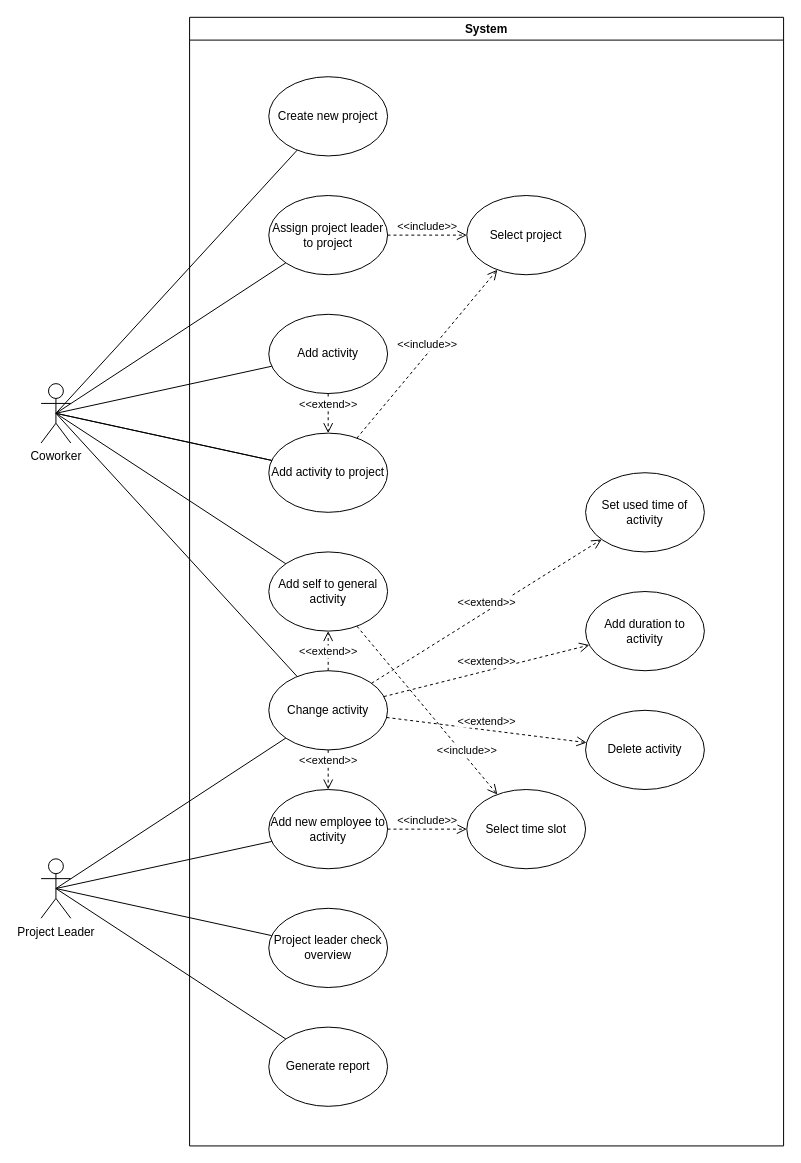
Buildasaurus/02161-Projekt keeps this draw.io diagram as Use cases.drawio. Above is the earlier version. Source tidied: cells renumbered, new cells numbered last; positions are measured from the earlier drawing's top-left corner, leaving out a move shared by most shapes. Both pictures are drawn from the tidied source at 99%, with x=0, y=0 at pixel (41, 17).
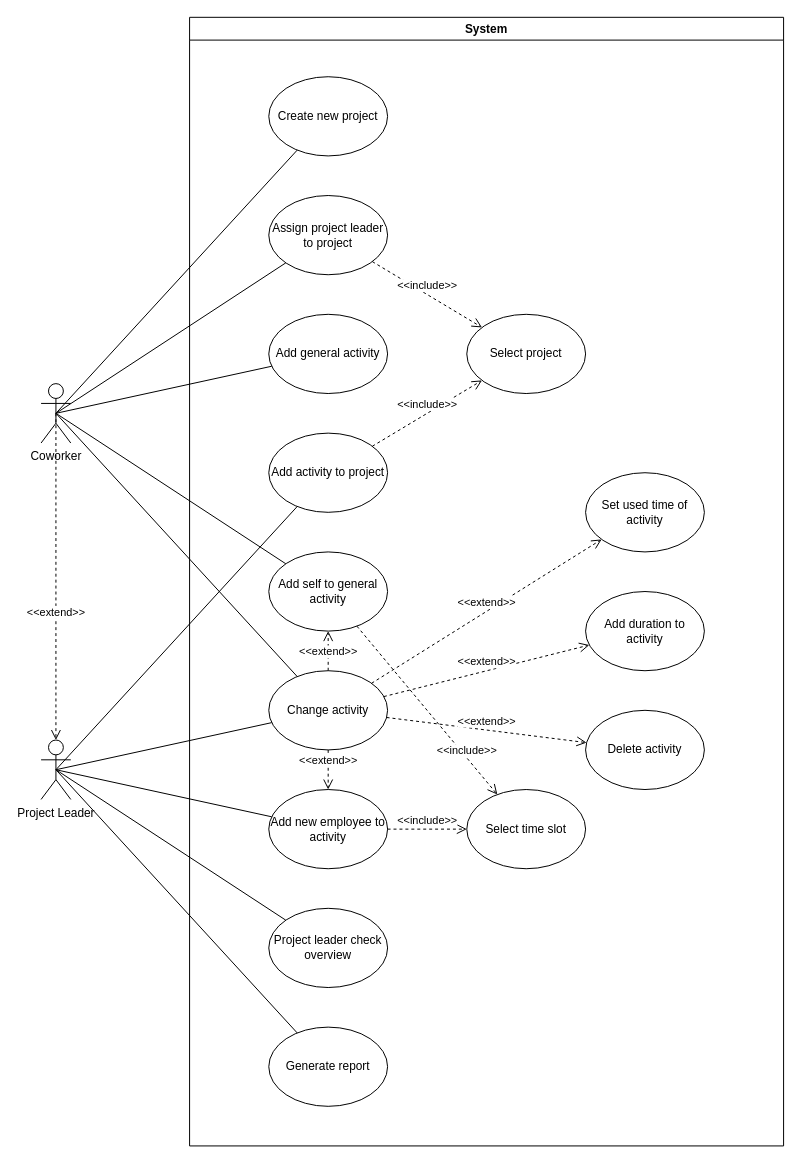
The same page after the edit.

Commit message:
use case diagram - more update

The change refers to these unchanged cells:
```xml
<mxCell id="2" value="System" style="swimlane;" parent="1" vertex="1">
  <mxGeometry x="150" width="600" height="1140" as="geometry" />
</mxCell>
<mxCell id="11" value="Add activity to project" style="ellipse;whiteSpace=wrap;html=1;" parent="2" vertex="1">
  <mxGeometry x="80" y="420" width="120" height="80" as="geometry" />
</mxCell>
<mxCell id="27" value="Coworker" style="shape=umlActor;verticalLabelPosition=bottom;verticalAlign=top;html=1;outlineConnect=0;" parent="1" vertex="1">
  <mxGeometry y="370" width="30" height="60" as="geometry" />
</mxCell>
```

Change to the diagram source:
```diff
@@
-    <mxCell id="12" value="Add activity" style="ellipse;whiteSpace=wrap;html=1;" parent="2" vertex="1">
+    <mxCell id="12" value="Add general activity" style="ellipse;whiteSpace=wrap;html=1;" parent="2" vertex="1">
       <mxGeometry x="80" y="300" width="120" height="80" as="geometry" />
     </mxCell>
@@
-    <mxCell id="14" value="&amp;lt;&amp;lt;extend&amp;gt;&amp;gt;" style="html=1;verticalAlign=bottom;endArrow=open;dashed=1;endSize=8;curved=0;rounded=0;" parent="2" edge="1" source="12" target="11">
-      <mxGeometry relative="1" as="geometry" />
-    </mxCell>
     <mxCell id="15" value="Select project" style="ellipse;whiteSpace=wrap;html=1;" parent="2" vertex="1">
-      <mxGeometry x="280" y="180" width="120" height="80" as="geometry" />
+      <mxGeometry x="280" y="300" width="120" height="80" as="geometry" />
     </mxCell>
@@
     <mxCell id="28" value="Project Leader" style="shape=umlActor;verticalLabelPosition=bottom;verticalAlign=top;html=1;outlineConnect=0;" parent="1" vertex="1">
-      <mxGeometry y="850" width="30" height="60" as="geometry" />
+      <mxGeometry y="730" width="30" height="60" as="geometry" />
     </mxCell>
@@
-    <mxCell id="32" style="endArrow=none;html=1;rounded=0;exitX=0.5;exitY=0.5;exitDx=0;exitDy=0;exitPerimeter=0;" parent="1" edge="1" source="27" target="11">
-      <mxGeometry relative="1" as="geometry" />
-    </mxCell>
@@
-    <mxCell id="38" style="endArrow=none;html=1;rounded=0;exitX=0.5;exitY=0.5;exitDx=0;exitDy=0;exitPerimeter=0;" parent="1" edge="1" source="27" target="11">
-      <mxGeometry relative="1" as="geometry" />
-    </mxCell>
@@
+    <mxCell id="40" style="endArrow=none;html=1;rounded=0;entryX=0.5;entryY=0.5;entryDx=0;entryDy=0;entryPerimeter=0;" parent="1" edge="1" source="11" target="28">
+      <mxGeometry relative="1" as="geometry" />
+    </mxCell>
+    <mxCell id="14" value="&amp;lt;&amp;lt;extend&amp;gt;&amp;gt;" style="html=1;verticalAlign=bottom;endArrow=open;dashed=1;endSize=8;curved=0;rounded=0;exitX=0.5;exitY=0.5;exitDx=0;exitDy=0;exitPerimeter=0;entryX=0.5;entryY=0;entryDx=0;entryDy=0;entryPerimeter=0;" parent="1" edge="1" source="27" target="28">
+      <mxGeometry x="0.27" relative="1" as="geometry" />
+    </mxCell>
```
